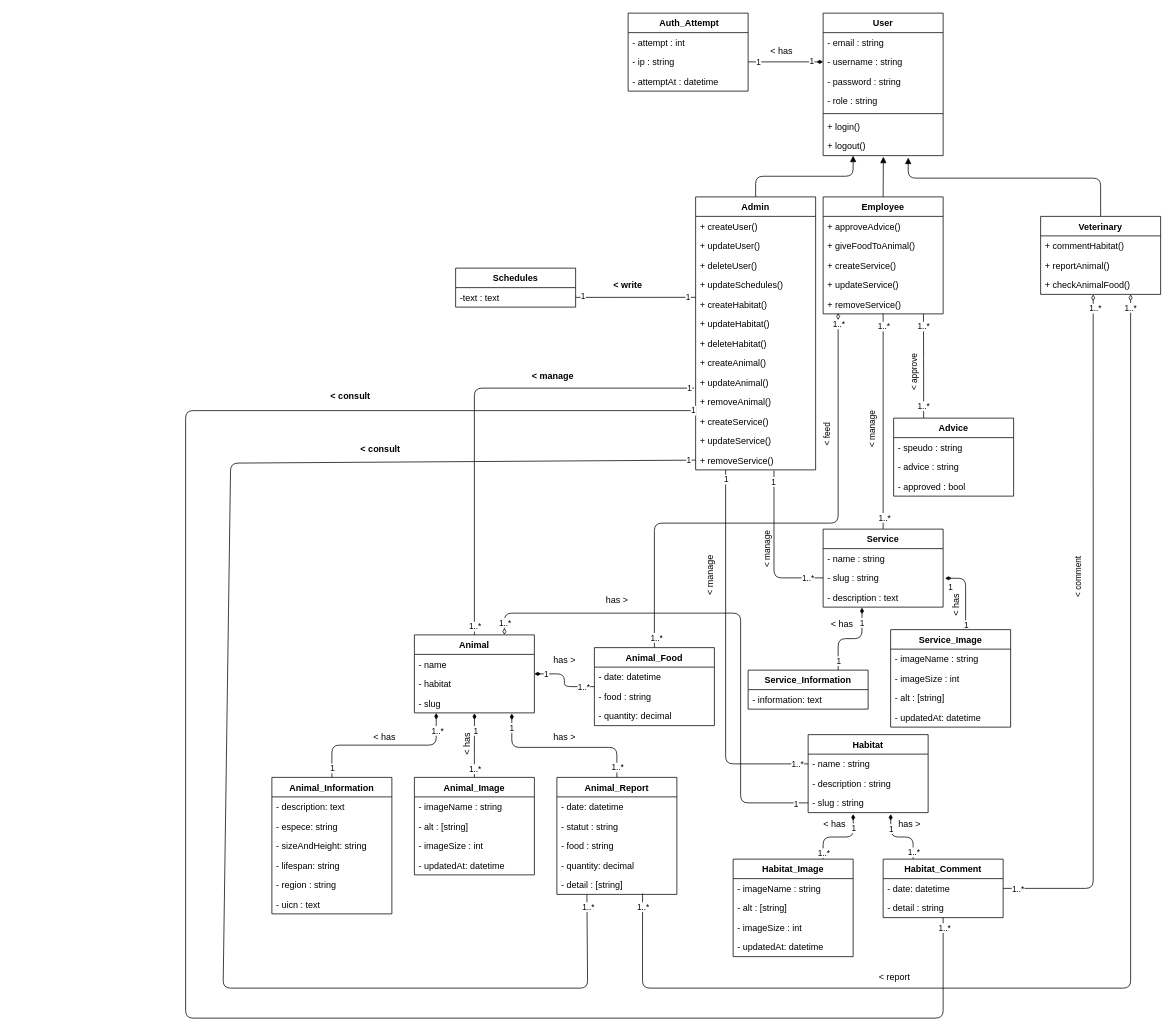
Above: documents/diagramme-de-class.drawio in YoanMen/arcadia-symfony (draw.io), before the change. Source tidied: cells renumbered, new cells numbered last; positions are measured from the earlier drawing's top-left corner, leaving out a move shared by most shapes. Both pictures are drawn from the tidied source at 75%, with x=0, y=0 at pixel (185, 13).
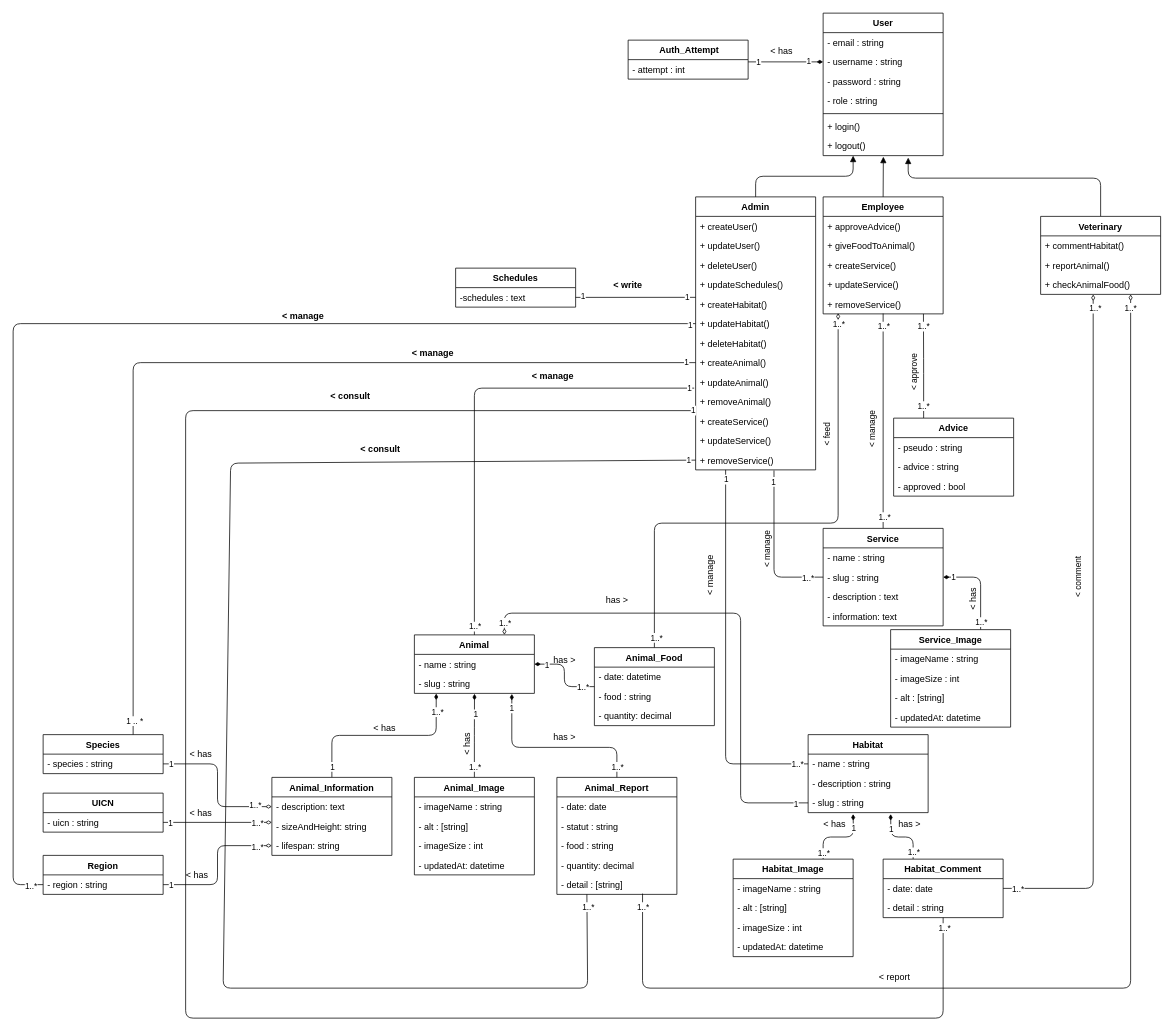
The same page after the edit.

Unchanged cells that the change refers to:
```xml
<mxCell id="5" value="- username : string" style="text;strokeColor=none;fillColor=none;align=left;verticalAlign=top;spacingLeft=4;spacingRight=4;overflow=hidden;points=[[0,0.5],[1,0.5]];portConstraint=eastwest;" parent="3" vertex="1">
  <mxGeometry y="52" width="160" height="26" as="geometry" />
</mxCell>
<mxCell id="17" value="+ updateHabitat()" style="text;strokeColor=none;fillColor=none;align=left;verticalAlign=top;spacingLeft=4;spacingRight=4;overflow=hidden;points=[[0,0.5],[1,0.5]];portConstraint=eastwest;" parent="11" vertex="1">
  <mxGeometry y="156" width="160" height="26" as="geometry" />
</mxCell>
<mxCell id="19" value="+ createAnimal()" style="text;strokeColor=none;fillColor=none;align=left;verticalAlign=top;spacingLeft=4;spacingRight=4;overflow=hidden;points=[[0,0.5],[1,0.5]];portConstraint=eastwest;" parent="11" vertex="1">
  <mxGeometry y="208" width="160" height="26" as="geometry" />
</mxCell>
<mxCell id="64" value="- slug : string" style="text;strokeColor=none;fillColor=none;align=left;verticalAlign=top;spacingLeft=4;spacingRight=4;overflow=hidden;points=[[0,0.5],[1,0.5]];portConstraint=eastwest;" parent="62" vertex="1">
  <mxGeometry y="52" width="160" height="26" as="geometry" />
</mxCell>
<mxCell id="65" value="- description : text" style="text;strokeColor=none;fillColor=none;align=left;verticalAlign=top;spacingLeft=4;spacingRight=4;overflow=hidden;points=[[0,0.5],[1,0.5]];portConstraint=eastwest;" parent="62" vertex="1">
  <mxGeometry y="78" width="160" height="26" as="geometry" />
</mxCell>
<mxCell id="77" value="Service_Image" style="swimlane;fontStyle=1;align=center;verticalAlign=top;horizontal=1;startSize=26;" parent="1" vertex="1">
  <mxGeometry x="940" y="822" width="160" height="130" as="geometry" />
</mxCell>
<mxCell id="86" value="- description: text" style="text;strokeColor=none;fillColor=none;align=left;verticalAlign=top;spacingLeft=4;spacingRight=4;overflow=hidden;points=[[0,0.5],[1,0.5]];portConstraint=eastwest;" parent="85" vertex="1">
  <mxGeometry y="26" width="160" height="26" as="geometry" />
</mxCell>
<mxCell id="102" value="Animal_Report" style="swimlane;fontStyle=1;align=center;verticalAlign=top;horizontal=1;startSize=26;" parent="1" vertex="1">
  <mxGeometry x="495" y="1019" width="160" height="156" as="geometry" />
</mxCell>
<mxCell id="111" value="Habitat_Comment" style="swimlane;fontStyle=1;align=center;verticalAlign=top;horizontal=1;startSize=26;" parent="1" vertex="1">
  <mxGeometry x="930" y="1128" width="160" height="78" as="geometry" />
</mxCell>
<mxCell id="117" value="Advice" style="swimlane;fontStyle=1;align=center;verticalAlign=top;horizontal=1;startSize=26;" parent="1" vertex="1">
  <mxGeometry x="944" y="540" width="160" height="104" as="geometry" />
</mxCell>
<mxCell id="121" value="Schedules" style="swimlane;fontStyle=1;align=center;verticalAlign=top;horizontal=1;startSize=26;" parent="1" vertex="1">
  <mxGeometry x="360" y="340" width="160" height="52" as="geometry" />
</mxCell>
<mxCell id="131" style="edgeStyle=orthogonalEdgeStyle;html=1;exitX=1;exitY=0.5;exitDx=0;exitDy=0;entryX=0;entryY=0.152;entryDx=0;entryDy=0;entryPerimeter=0;endArrow=none;endFill=0;" parent="1" edge="1" source="122" target="16">
  <mxGeometry relative="1" as="geometry" />
</mxCell>
```

Diff of the diagram source:
```diff
@@
     <mxCell id="43" value="Animal" style="swimlane;fontStyle=1;align=center;verticalAlign=top;horizontal=1;startSize=26;" parent="1" vertex="1">
-      <mxGeometry x="305" y="829" width="160" height="104" as="geometry" />
+      <mxGeometry x="305" y="829" width="160" height="78" as="geometry" />
     </mxCell>
-    <mxCell id="44" value="- name" style="text;strokeColor=none;fillColor=none;align=left;verticalAlign=top;spacingLeft=4;spacingRight=4;overflow=hidden;" parent="43" vertex="1">
+    <mxCell id="44" value="- name : string" style="text;strokeColor=none;fillColor=none;align=left;verticalAlign=top;spacingLeft=4;spacingRight=4;overflow=hidden;" parent="43" vertex="1">
       <mxGeometry y="26" width="160" height="26" as="geometry" />
     </mxCell>
-    <mxCell id="45" value="- habitat" style="text;strokeColor=none;fillColor=none;align=left;verticalAlign=top;spacingLeft=4;spacingRight=4;overflow=hidden;" parent="43" vertex="1">
-      <mxGeometry y="52" width="160" height="26" as="geometry" />
-    </mxCell>
-    <mxCell id="46" value="- slug" style="text;strokeColor=none;fillColor=none;align=left;verticalAlign=top;spacingLeft=4;spacingRight=4;overflow=hidden;points=[[0,0.5],[1,0.5]];portConstraint=eastwest;" parent="43" vertex="1">
-      <mxGeometry y="78" width="160" height="26" as="geometry" />
+    <mxCell id="46" value="- slug : string" style="text;strokeColor=none;fillColor=none;align=left;verticalAlign=top;spacingLeft=4;spacingRight=4;overflow=hidden;points=[[0,0.5],[1,0.5]];portConstraint=eastwest;" parent="43" vertex="1">
+      <mxGeometry y="52" width="160" height="26" as="geometry" />
     </mxCell>
@@
     <mxCell id="62" value="Service" style="swimlane;fontStyle=1;align=center;verticalAlign=top;horizontal=1;startSize=26;" parent="1" vertex="1">
-      <mxGeometry x="850" y="688" width="160" height="104" as="geometry" />
+      <mxGeometry x="850" y="687" width="160" height="130" as="geometry" />
     </mxCell>
@@
+    <mxCell id="127" value="- information: text" style="text;strokeColor=none;fillColor=none;align=left;verticalAlign=top;spacingLeft=4;spacingRight=4;overflow=hidden;" parent="62" vertex="1">
+      <mxGeometry y="104" width="160" height="26" as="geometry" />
+    </mxCell>
@@
-    <mxCell id="74" style="edgeStyle=orthogonalEdgeStyle;html=1;exitX=0.61;exitY=-0.009;exitDx=0;exitDy=0;entryX=1.016;entryY=0.52;entryDx=0;entryDy=0;entryPerimeter=0;endArrow=diamondThin;endFill=1;startArrow=none;startFill=0;exitPerimeter=0;" parent="1" edge="1" source="77" target="64">
-      <mxGeometry relative="1" as="geometry">
-        <Array as="points">
-          <mxPoint x="1038" y="822" />
-          <mxPoint x="1040" y="822" />
-          <mxPoint x="1040" y="754" />
-        </Array>
-      </mxGeometry>
+    <mxCell id="74" style="edgeStyle=orthogonalEdgeStyle;html=1;exitX=0.75;exitY=0;exitDx=0;exitDy=0;entryX=1;entryY=0.5;entryDx=0;entryDy=0;endArrow=diamondThin;endFill=1;startArrow=none;startFill=0;" parent="1" edge="1" source="77" target="64">
+      <mxGeometry relative="1" as="geometry" />
     </mxCell>
-    <mxCell id="75" value="1" style="edgeLabel;html=1;align=center;verticalAlign=middle;" parent="74" vertex="1">
-      <mxGeometry x="-0.8" y="-1" relative="1" as="geometry">
-        <mxPoint x="-1" as="offset" />
-      </mxGeometry>
-    </mxCell>
-    <mxCell id="76" value="1" style="edgeLabel;html=1;align=center;verticalAlign=middle;" parent="74" vertex="1">
-      <mxGeometry x="0.86" y="1" relative="1" as="geometry">
-        <mxPoint y="10" as="offset" />
-      </mxGeometry>
-    </mxCell>
+    <mxCell id="181" value="1..*" style="edgeLabel;html=1;align=center;verticalAlign=middle;" parent="74" vertex="1">
+      <mxGeometry x="-0.82" relative="1" as="geometry" />
+    </mxCell>
+    <mxCell id="182" value="1" style="edgeLabel;html=1;align=center;verticalAlign=middle;" parent="74" vertex="1">
+      <mxGeometry x="0.78" y="-1" relative="1" as="geometry" />
+    </mxCell>
@@
     <mxCell id="85" value="Animal_Information" style="swimlane;fontStyle=1;align=center;verticalAlign=top;horizontal=1;startSize=26;" parent="1" vertex="1">
-      <mxGeometry x="115" y="1019" width="160" height="182" as="geometry" />
+      <mxGeometry x="115" y="1019" width="160" height="104" as="geometry" />
     </mxCell>
@@
-    <mxCell id="87" value="- espece: string" style="text;strokeColor=none;fillColor=none;align=left;verticalAlign=top;spacingLeft=4;spacingRight=4;overflow=hidden;" parent="85" vertex="1">
-      <mxGeometry y="52" width="160" height="26" as="geometry" />
-    </mxCell>
     <mxCell id="88" value="- sizeAndHeight: string" style="text;strokeColor=none;fillColor=none;align=left;verticalAlign=top;spacingLeft=4;spacingRight=4;overflow=hidden;" parent="85" vertex="1">
-      <mxGeometry y="78" width="160" height="26" as="geometry" />
+      <mxGeometry y="52" width="160" height="26" as="geometry" />
     </mxCell>
     <mxCell id="89" value="- lifespan: string" style="text;strokeColor=none;fillColor=none;align=left;verticalAlign=top;spacingLeft=4;spacingRight=4;overflow=hidden;points=[[0,0.5],[1,0.5]];portConstraint=eastwest;" parent="85" vertex="1">
-      <mxGeometry y="104" width="160" height="26" as="geometry" />
+      <mxGeometry y="78" width="160" height="26" as="geometry" />
     </mxCell>
-    <mxCell id="90" value="- region : string" style="text;strokeColor=none;fillColor=none;align=left;verticalAlign=top;spacingLeft=4;spacingRight=4;overflow=hidden;points=[[0,0.5],[1,0.5]];portConstraint=eastwest;" parent="85" vertex="1">
-      <mxGeometry y="130" width="160" height="26" as="geometry" />
-    </mxCell>
-    <mxCell id="91" value="- uicn : text" style="text;strokeColor=none;fillColor=none;align=left;verticalAlign=top;spacingLeft=4;spacingRight=4;overflow=hidden;" parent="85" vertex="1">
-      <mxGeometry y="156" width="160" height="26" as="geometry" />
-    </mxCell>
@@
-    <mxCell id="103" value="- date: datetime" style="text;strokeColor=none;fillColor=none;align=left;verticalAlign=top;spacingLeft=4;spacingRight=4;overflow=hidden;" parent="102" vertex="1">
+    <mxCell id="103" value="- date: date" style="text;strokeColor=none;fillColor=none;align=left;verticalAlign=top;spacingLeft=4;spacingRight=4;overflow=hidden;" parent="102" vertex="1">
       <mxGeometry y="26" width="160" height="26" as="geometry" />
     </mxCell>
@@
-    <mxCell id="112" value="- date: datetime" style="text;strokeColor=none;fillColor=none;align=left;verticalAlign=top;spacingLeft=4;spacingRight=4;overflow=hidden;points=[[0,0.5],[1,0.5]];portConstraint=eastwest;" parent="111" vertex="1">
+    <mxCell id="112" value="- date: date" style="text;strokeColor=none;fillColor=none;align=left;verticalAlign=top;spacingLeft=4;spacingRight=4;overflow=hidden;points=[[0,0.5],[1,0.5]];portConstraint=eastwest;" parent="111" vertex="1">
       <mxGeometry y="26" width="160" height="26" as="geometry" />
     </mxCell>
@@
-    <mxCell id="118" value="- speudo : string" style="text;strokeColor=none;fillColor=none;align=left;verticalAlign=top;spacingLeft=4;spacingRight=4;overflow=hidden;" parent="117" vertex="1">
+    <mxCell id="118" value="- pseudo : string" style="text;strokeColor=none;fillColor=none;align=left;verticalAlign=top;spacingLeft=4;spacingRight=4;overflow=hidden;" parent="117" vertex="1">
       <mxGeometry y="26" width="160" height="26" as="geometry" />
     </mxCell>
@@
-    <mxCell id="122" value="-text : text" style="text;strokeColor=none;fillColor=none;align=left;verticalAlign=top;spacingLeft=4;spacingRight=4;overflow=hidden;points=[[0,0.5],[1,0.5]];portConstraint=eastwest;" parent="121" vertex="1">
+    <mxCell id="122" value="-schedules : text" style="text;strokeColor=none;fillColor=none;align=left;verticalAlign=top;spacingLeft=4;spacingRight=4;overflow=hidden;points=[[0,0.5],[1,0.5]];portConstraint=eastwest;" parent="121" vertex="1">
       <mxGeometry y="26" width="160" height="26" as="geometry" />
     </mxCell>
-    <mxCell id="123" style="edgeStyle=orthogonalEdgeStyle;html=1;exitX=0.75;exitY=0;exitDx=0;exitDy=0;entryX=0.324;entryY=1.026;entryDx=0;entryDy=0;entryPerimeter=0;endArrow=diamondThin;endFill=1;" parent="1" edge="1" source="126" target="65">
-      <mxGeometry relative="1" as="geometry" />
-    </mxCell>
-    <mxCell id="124" value="1" style="edgeLabel;html=1;align=center;verticalAlign=middle;" parent="123" vertex="1">
-      <mxGeometry x="-0.78" y="-1" relative="1" as="geometry">
-        <mxPoint x="-1" as="offset" />
-      </mxGeometry>
-    </mxCell>
-    <mxCell id="125" value="1" style="edgeLabel;html=1;align=center;verticalAlign=middle;" parent="123" vertex="1">
-      <mxGeometry x="0.82" y="-1" relative="1" as="geometry">
-        <mxPoint x="-1" y="10" as="offset" />
-      </mxGeometry>
-    </mxCell>
-    <mxCell id="126" value="Service_Information" style="swimlane;fontStyle=1;align=center;verticalAlign=top;horizontal=1;startSize=26;" parent="1" vertex="1">
-      <mxGeometry x="750" y="876" width="160" height="52" as="geometry" />
-    </mxCell>
-    <mxCell id="127" value="- information: text" style="text;strokeColor=none;fillColor=none;align=left;verticalAlign=top;spacingLeft=4;spacingRight=4;overflow=hidden;" parent="126" vertex="1">
-      <mxGeometry y="26" width="160" height="26" as="geometry" />
-    </mxCell>
@@
     <mxCell id="132" value="1" style="edgeLabel;html=1;align=center;verticalAlign=middle;" parent="131" vertex="1">
       <mxGeometry x="0.76" relative="1" as="geometry">
-        <mxPoint x="9" as="offset" />
+        <mxPoint x="8" as="offset" />
       </mxGeometry>
     </mxCell>
@@
     <mxCell id="150" value="&amp;lt; has" style="text;html=1;align=center;verticalAlign=middle;strokeColor=none;fillColor=none;" parent="1" vertex="1">
-      <mxGeometry x="240" y="950" width="50" height="30" as="geometry" />
+      <mxGeometry x="240" y="939" width="50" height="30" as="geometry" />
     </mxCell>
@@
-    <mxCell id="152" value="&amp;lt; has" style="text;html=1;align=center;verticalAlign=middle;strokeColor=none;fillColor=none;" parent="1" vertex="1">
-      <mxGeometry x="850" y="800" width="50" height="30" as="geometry" />
-    </mxCell>
     <mxCell id="153" value="&amp;lt; has&amp;nbsp;" style="text;html=1;align=center;verticalAlign=middle;strokeColor=none;fillColor=none;rotation=-90;" parent="1" vertex="1">
-      <mxGeometry x="997" y="773" width="60" height="30" as="geometry" />
+      <mxGeometry x="1020" y="765" width="60" height="30" as="geometry" />
     </mxCell>
@@
     <mxCell id="169" value=" Auth_Attempt" style="swimlane;fontStyle=1;align=center;verticalAlign=top;horizontal=1;startSize=26;" parent="1" vertex="1">
-      <mxGeometry x="590" width="160" height="104" as="geometry" />
+      <mxGeometry x="590" y="36" width="160" height="52" as="geometry" />
     </mxCell>
@@
-    <mxCell id="171" value="- ip : string" style="text;strokeColor=none;fillColor=none;align=left;verticalAlign=top;spacingLeft=4;spacingRight=4;overflow=hidden;points=[[0,0.5],[1,0.5]];portConstraint=eastwest;" parent="169" vertex="1">
-      <mxGeometry y="52" width="160" height="26" as="geometry" />
-    </mxCell>
-    <mxCell id="172" value="- attemptAt : datetime" style="text;strokeColor=none;fillColor=none;align=left;verticalAlign=top;spacingLeft=4;spacingRight=4;overflow=hidden;" parent="169" vertex="1">
-      <mxGeometry y="78" width="160" height="26" as="geometry" />
-    </mxCell>
-    <mxCell id="173" style="edgeStyle=none;html=1;exitX=1;exitY=0.5;exitDx=0;exitDy=0;entryX=0;entryY=0.5;entryDx=0;entryDy=0;endArrow=diamondThin;endFill=1;" parent="1" edge="1" source="171" target="5">
-      <mxGeometry relative="1" as="geometry" />
+    <mxCell id="173" style="edgeStyle=none;html=1;exitX=1;exitY=0.5;exitDx=0;exitDy=0;entryX=0;entryY=0.5;entryDx=0;entryDy=0;endArrow=diamondThin;endFill=1;" parent="1" edge="1" target="5">
+      <mxGeometry relative="1" as="geometry">
+        <mxPoint x="750" y="65" as="sourcePoint" />
+      </mxGeometry>
     </mxCell>
@@
     <mxCell id="175" value="1" style="edgeLabel;html=1;align=center;verticalAlign=middle;" parent="173" vertex="1">
-      <mxGeometry x="0.68" y="2" relative="1" as="geometry" />
+      <mxGeometry x="0.68" y="2" relative="1" as="geometry">
+        <mxPoint x="-4" as="offset" />
+      </mxGeometry>
     </mxCell>
@@
+    <mxCell id="183" value="UICN" style="swimlane;fontStyle=1;align=center;verticalAlign=top;horizontal=1;startSize=26;" parent="1" vertex="1">
+      <mxGeometry x="-190" y="1040" width="160" height="52" as="geometry" />
+    </mxCell>
+    <mxCell id="184" value="- uicn : string" style="text;strokeColor=none;fillColor=none;align=left;verticalAlign=top;spacingLeft=4;spacingRight=4;overflow=hidden;points=[[0,0.5],[1,0.5]];portConstraint=eastwest;" parent="183" vertex="1">
+      <mxGeometry y="26" width="160" height="26" as="geometry" />
+    </mxCell>
+    <mxCell id="185" style="edgeStyle=none;html=1;exitX=1;exitY=0.5;exitDx=0;exitDy=0;entryX=0;entryY=0.5;entryDx=0;entryDy=0;endArrow=diamondThin;endFill=0;" parent="1" edge="1" source="184">
+      <mxGeometry relative="1" as="geometry">
+        <mxPoint x="115" y="1079" as="targetPoint" />
+      </mxGeometry>
+    </mxCell>
+    <mxCell id="186" value="1..*" style="edgeLabel;html=1;align=center;verticalAlign=middle;" parent="185" vertex="1">
+      <mxGeometry x="0.72" y="-1" relative="1" as="geometry">
+        <mxPoint y="-1" as="offset" />
+      </mxGeometry>
+    </mxCell>
+    <mxCell id="187" value="1" style="edgeLabel;html=1;align=center;verticalAlign=middle;" parent="185" vertex="1">
+      <mxGeometry x="-0.87" relative="1" as="geometry" />
+    </mxCell>
+    <mxCell id="188" value="Region" style="swimlane;fontStyle=1;align=center;verticalAlign=top;horizontal=1;startSize=26;" parent="1" vertex="1">
+      <mxGeometry x="-190" y="1123" width="160" height="52" as="geometry" />
+    </mxCell>
+    <mxCell id="90" value="- region : string" style="text;strokeColor=none;fillColor=none;align=left;verticalAlign=top;spacingLeft=4;spacingRight=4;overflow=hidden;points=[[0,0.5],[1,0.5]];portConstraint=eastwest;" parent="188" vertex="1">
+      <mxGeometry y="26" width="160" height="26" as="geometry" />
+    </mxCell>
+    <mxCell id="189" style="edgeStyle=orthogonalEdgeStyle;html=1;exitX=1;exitY=0.5;exitDx=0;exitDy=0;entryX=0;entryY=0.5;entryDx=0;entryDy=0;endArrow=diamondThin;endFill=0;" parent="1" edge="1" source="90" target="89">
+      <mxGeometry relative="1" as="geometry" />
+    </mxCell>
+    <mxCell id="190" value="1" style="edgeLabel;html=1;align=center;verticalAlign=middle;" parent="189" vertex="1">
+      <mxGeometry x="-0.85" y="-2" relative="1" as="geometry">
+        <mxPoint x="-5" y="-2" as="offset" />
+      </mxGeometry>
+    </mxCell>
+    <mxCell id="191" value="1..*" style="edgeLabel;html=1;align=center;verticalAlign=middle;" parent="189" vertex="1">
+      <mxGeometry x="0.72" y="-3" relative="1" as="geometry">
+        <mxPoint x="8" y="-2" as="offset" />
+      </mxGeometry>
+    </mxCell>
+    <mxCell id="192" value="Species" style="swimlane;fontStyle=1;align=center;verticalAlign=top;horizontal=1;startSize=26;" parent="1" vertex="1">
+      <mxGeometry x="-190" y="962" width="160" height="52" as="geometry" />
+    </mxCell>
+    <mxCell id="193" value="- species : string" style="text;strokeColor=none;fillColor=none;align=left;verticalAlign=top;spacingLeft=4;spacingRight=4;overflow=hidden;points=[[0,0.5],[1,0.5]];portConstraint=eastwest;" parent="192" vertex="1">
+      <mxGeometry y="26" width="160" height="26" as="geometry" />
+    </mxCell>
+    <mxCell id="194" style="edgeStyle=orthogonalEdgeStyle;html=1;exitX=1;exitY=0.5;exitDx=0;exitDy=0;entryX=0;entryY=0.5;entryDx=0;entryDy=0;endArrow=diamondThin;endFill=0;" parent="1" edge="1" source="193" target="86">
+      <mxGeometry relative="1" as="geometry" />
+    </mxCell>
+    <mxCell id="195" value="1" style="edgeLabel;html=1;align=center;verticalAlign=middle;" parent="194" vertex="1">
+      <mxGeometry x="-0.85" y="1" relative="1" as="geometry">
+        <mxPoint x="-5" as="offset" />
+      </mxGeometry>
+    </mxCell>
+    <mxCell id="196" value="1..*" style="edgeLabel;html=1;align=center;verticalAlign=middle;" parent="194" vertex="1">
+      <mxGeometry x="0.77" y="3" relative="1" as="geometry" />
+    </mxCell>
+    <mxCell id="197" value="&amp;lt; has" style="text;html=1;align=center;verticalAlign=middle;strokeColor=none;fillColor=none;" parent="1" vertex="1">
+      <mxGeometry x="-5" y="1052" width="50" height="30" as="geometry" />
+    </mxCell>
+    <mxCell id="198" value="&amp;lt; has" style="text;html=1;align=center;verticalAlign=middle;strokeColor=none;fillColor=none;" parent="1" vertex="1">
+      <mxGeometry x="-5" y="973" width="50" height="30" as="geometry" />
+    </mxCell>
+    <mxCell id="199" value="&amp;lt; has" style="text;html=1;align=center;verticalAlign=middle;strokeColor=none;fillColor=none;" parent="1" vertex="1">
+      <mxGeometry x="-10" y="1134" width="50" height="30" as="geometry" />
+    </mxCell>
+    <mxCell id="200" style="edgeStyle=orthogonalEdgeStyle;html=1;exitX=0;exitY=0.5;exitDx=0;exitDy=0;entryX=0.75;entryY=0;entryDx=0;entryDy=0;endArrow=none;endFill=0;" parent="1" edge="1" source="19" target="192">
+      <mxGeometry relative="1" as="geometry" />
+    </mxCell>
+    <mxCell id="201" value="1 .. *" style="edgeLabel;html=1;align=center;verticalAlign=middle;" parent="200" vertex="1">
+      <mxGeometry x="0.97" y="1" relative="1" as="geometry" />
+    </mxCell>
+    <mxCell id="202" value="1" style="edgeLabel;html=1;align=center;verticalAlign=middle;" parent="200" vertex="1">
+      <mxGeometry x="-0.97" y="-2" relative="1" as="geometry">
+        <mxPoint x="6" as="offset" />
+      </mxGeometry>
+    </mxCell>
+    <mxCell id="203" style="edgeStyle=orthogonalEdgeStyle;html=1;exitX=0;exitY=0.5;exitDx=0;exitDy=0;endArrow=none;endFill=0;" parent="1" edge="1" source="90" target="17">
+      <mxGeometry relative="1" as="geometry">
+        <Array as="points">
+          <mxPoint x="-230" y="1162" />
+          <mxPoint x="-230" y="414" />
+        </Array>
+      </mxGeometry>
+    </mxCell>
+    <mxCell id="204" value="1..*" style="edgeLabel;html=1;align=center;verticalAlign=middle;" parent="203" vertex="1">
+      <mxGeometry x="-0.98" y="1" relative="1" as="geometry" />
+    </mxCell>
+    <mxCell id="205" value="1" style="edgeLabel;html=1;align=center;verticalAlign=middle;" parent="203" vertex="1">
+      <mxGeometry x="0.99" y="-1" relative="1" as="geometry" />
+    </mxCell>
+    <mxCell id="206" value="&lt; manage" style="text;align=center;fontStyle=1;verticalAlign=middle;spacingLeft=3;spacingRight=3;strokeColor=none;" parent="1" vertex="1">
+      <mxGeometry x="290" y="440" width="80" height="26" as="geometry" />
+    </mxCell>
+    <mxCell id="207" value="&lt; manage" style="text;align=center;fontStyle=1;verticalAlign=middle;spacingLeft=3;spacingRight=3;strokeColor=none;" parent="1" vertex="1">
+      <mxGeometry x="117" y="390" width="80" height="26" as="geometry" />
+    </mxCell>
```
